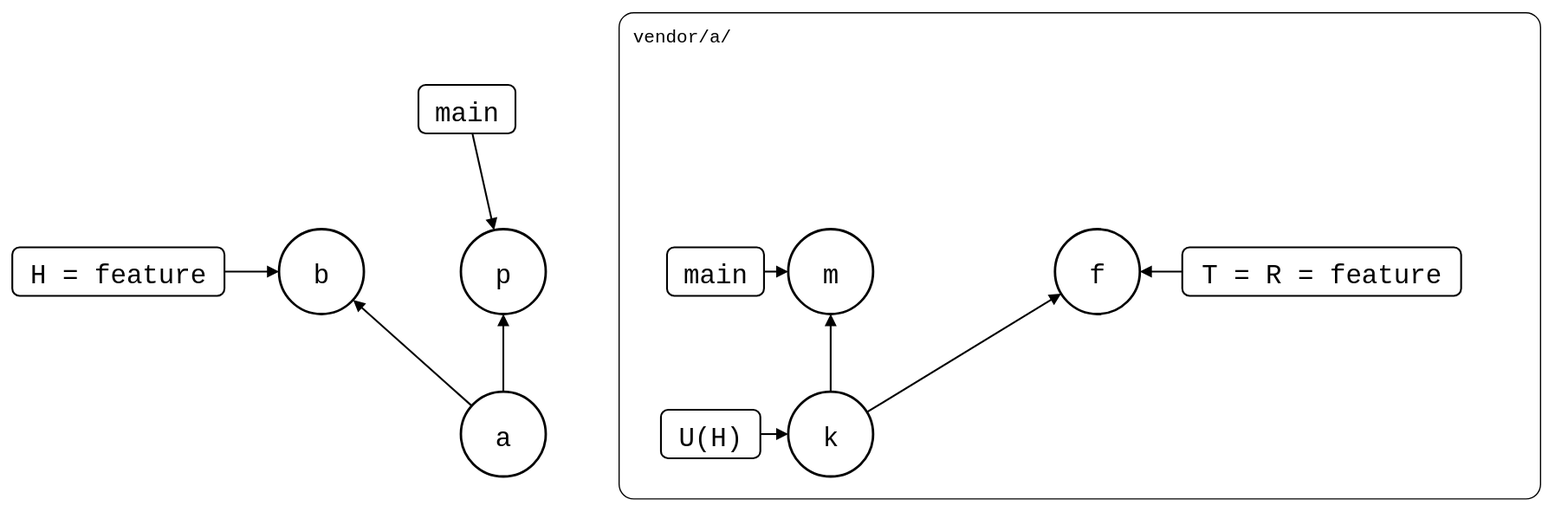
This is test/scenarios/03-branches-and-teamwork/06-feature-branch-behind-default-branch/feature-branch-behind-default-branch.drawio.svg from roschaefer/git-splice, a draw.io export, as it was before one commit. Source tidied: cells renumbered, new cells last; positions are measured from the earlier drawing's top-left corner, leaving out a move shared by most shapes.
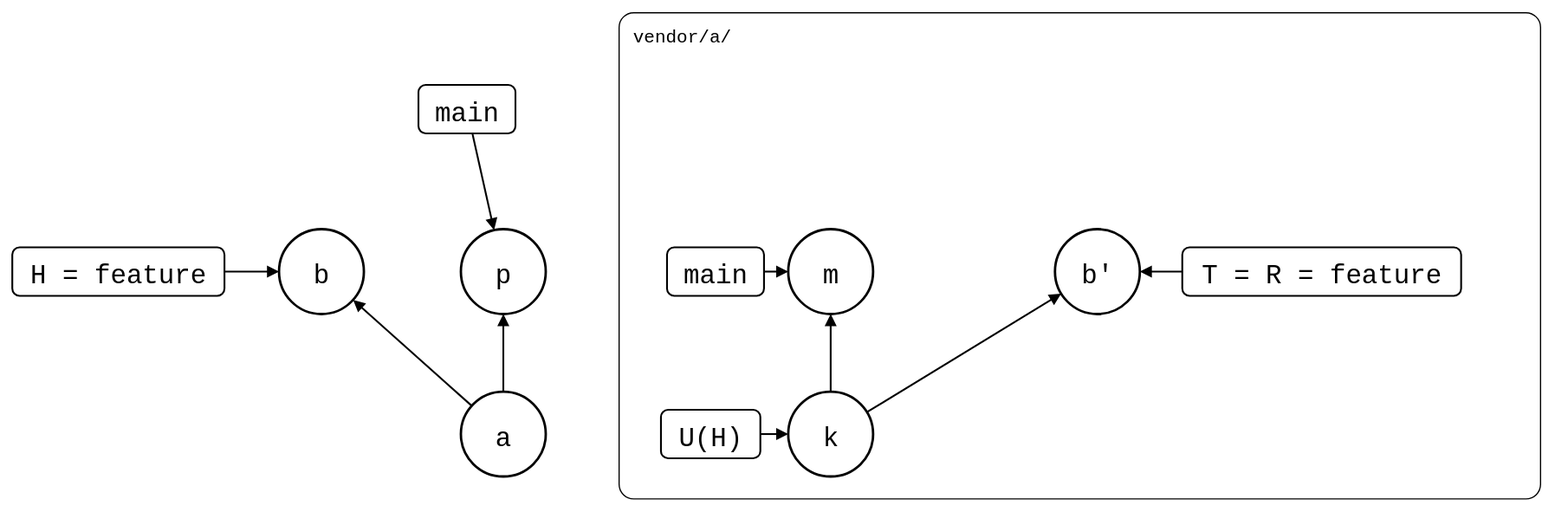
After the change.

Diff of the diagram source:
```diff
@@ -20,7 +20,7 @@
     <mxCell id="7" value="m" style="ellipse;strokeWidth=2;fontSize=22;fontFamily=Roboto Mono,monospace;" parent="1" vertex="1">
       <mxGeometry x="640" y="179" width="70" height="70" as="geometry" />
     </mxCell>
-    <mxCell id="8" value="f" style="ellipse;strokeWidth=2;fontSize=22;fontFamily=Roboto Mono,monospace;" parent="1" vertex="1">
+    <mxCell id="8" value="b'" style="ellipse;strokeWidth=2;fontSize=22;fontFamily=Roboto Mono,monospace;" parent="1" vertex="1">
       <mxGeometry x="860" y="179" width="70" height="70" as="geometry" />
     </mxCell>
     <mxCell id="9" style="endArrow=block;endFill=1;strokeWidth=1.5;rounded=0;" parent="1" edge="1" source="3" target="4">
```
